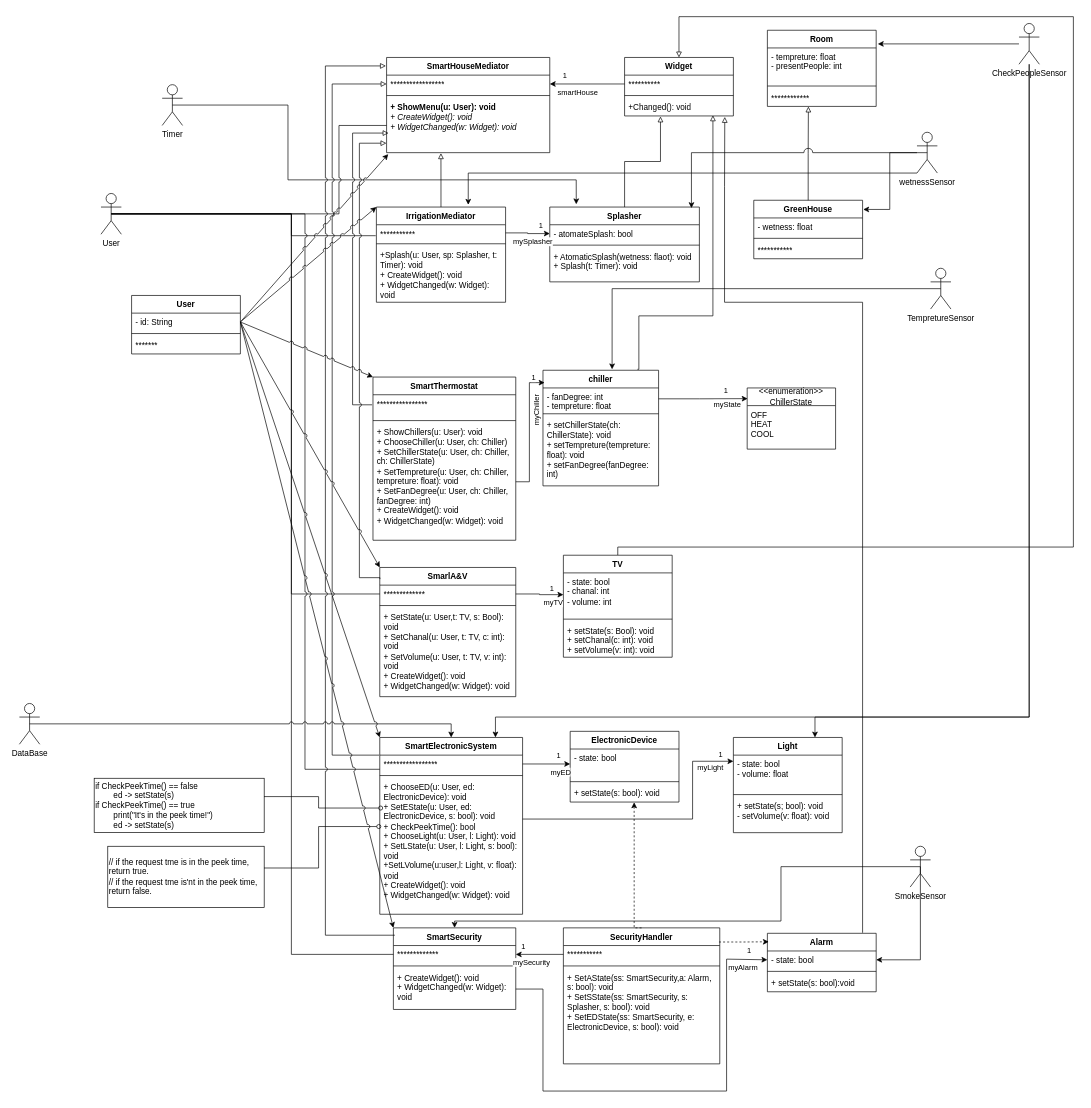
Earlier version of the draw.io diagram task1.drawio (fatemehhajihahsemi/fatemehhajihahsemi). Source tidied: cells renumbered, new cells numbered last; positions are measured from the earlier drawing's top-left corner, leaving out a move shared by most shapes. Both pictures are drawn from the tidied source at 68%, with x=0, y=0 at pixel (19, 16).
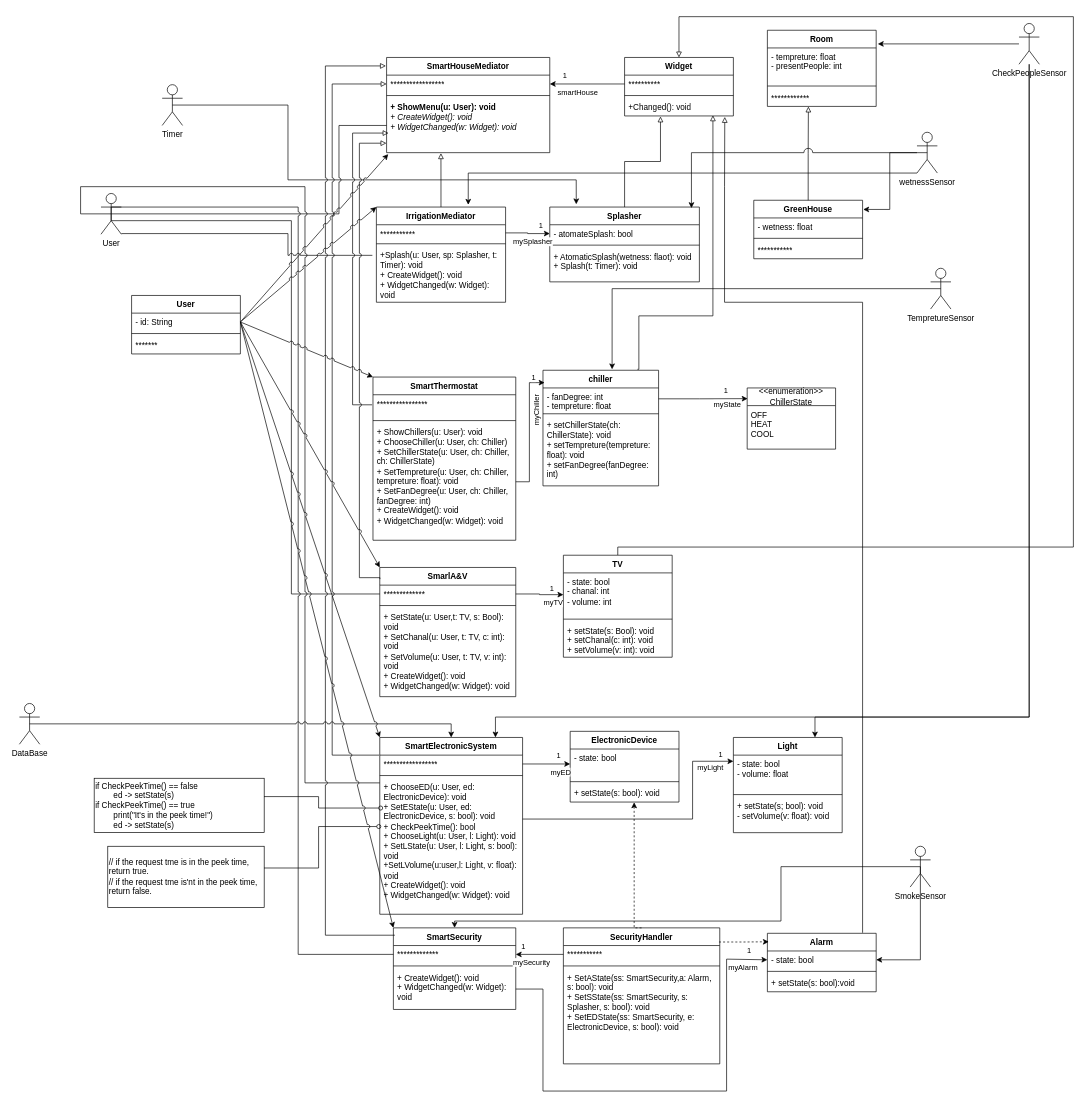
The same page after the edit.

The change refers to these unchanged cells:
```xml
<mxCell id="7" value="&lt;div&gt;***********&lt;/div&gt;" style="text;strokeColor=none;fillColor=none;align=left;verticalAlign=top;spacingLeft=4;spacingRight=4;overflow=hidden;points=[[0,0.5],[1,0.5]];portConstraint=eastwest;whiteSpace=wrap;html=1;" parent="6" vertex="1">
  <mxGeometry y="26" width="190" height="24" as="geometry" />
</mxCell>
<mxCell id="43" value="User" style="shape=umlActor;verticalLabelPosition=bottom;verticalAlign=top;html=1;" parent="1" vertex="1">
  <mxGeometry x="120" y="260" width="30" height="60" as="geometry" />
</mxCell>
<mxCell id="68" value="*************" style="text;strokeColor=none;fillColor=none;align=left;verticalAlign=top;spacingLeft=4;spacingRight=4;overflow=hidden;points=[[0,0.5],[1,0.5]];portConstraint=eastwest;whiteSpace=wrap;html=1;" parent="67" vertex="1">
  <mxGeometry y="26" width="200" height="26" as="geometry" />
</mxCell>
<mxCell id="80" value="SmartElectronicSystem" style="swimlane;fontStyle=1;align=center;verticalAlign=top;horizontal=1;startSize=26;whiteSpace=wrap;html=1;" parent="1" vertex="1">
  <mxGeometry x="530" y="1060" width="210" height="260" as="geometry" />
</mxCell>
<mxCell id="86" value="*************" style="text;strokeColor=none;fillColor=none;align=left;verticalAlign=top;spacingLeft=4;spacingRight=4;overflow=hidden;points=[[0,0.5],[1,0.5]];portConstraint=eastwest;whiteSpace=wrap;html=1;" parent="85" vertex="1">
  <mxGeometry y="26" width="180" height="26" as="geometry" />
</mxCell>
```

Diff of the diagram source:
```diff
@@
     <mxCell id="41" style="edgeStyle=orthogonalEdgeStyle;rounded=0;jettySize=auto;html=1;exitX=0.5;exitY=0.5;exitDx=0;exitDy=0;exitPerimeter=0;endArrow=none;startFill=0;jumpStyle=arc;" parent="1" edge="1" source="43" target="68">
       <mxGeometry relative="1" as="geometry">
         <Array as="points">
-          <mxPoint x="400" y="290" />
+          <mxPoint x="135" y="300" />
+          <mxPoint x="400" y="300" />
           <mxPoint x="400" y="849" />
         </Array>
       </mxGeometry>
     </mxCell>
     <mxCell id="42" style="edgeStyle=orthogonalEdgeStyle;rounded=0;jettySize=auto;html=1;exitX=0.5;exitY=0.5;exitDx=0;exitDy=0;exitPerimeter=0;entryX=0;entryY=0.5;entryDx=0;entryDy=0;endArrow=none;startFill=0;jumpStyle=arc;" parent="1" edge="1" source="43" target="86">
       <mxGeometry relative="1" as="geometry">
         <Array as="points">
-          <mxPoint x="400" y="290" />
-          <mxPoint x="400" y="1379" />
+          <mxPoint x="135" y="280" />
+          <mxPoint x="410" y="280" />
+          <mxPoint x="410" y="1379" />
         </Array>
       </mxGeometry>
     </mxCell>
@@
-    <mxCell id="44" style="edgeStyle=orthogonalEdgeStyle;rounded=0;jettySize=auto;html=1;entryX=-0.005;entryY=0.671;entryDx=0;entryDy=0;entryPerimeter=0;exitX=0.5;exitY=0.5;exitDx=0;exitDy=0;exitPerimeter=0;endArrow=none;startFill=0;jumpStyle=arc;" parent="1" edge="1" source="43" target="7">
+    <mxCell id="44" style="edgeStyle=orthogonalEdgeStyle;rounded=0;orthogonalLoop=1;jettySize=auto;html=1;entryX=-0.005;entryY=0.671;entryDx=0;entryDy=0;entryPerimeter=0;endArrow=none;startFill=0;jumpStyle=arc;" parent="1" edge="1">
       <mxGeometry relative="1" as="geometry">
+        <mxPoint x="150" y="319" as="sourcePoint" />
+        <mxPoint x="519.1" y="351" as="targetPoint" />
         <Array as="points">
-          <mxPoint x="400" y="290" />
-          <mxPoint x="400" y="322" />
+          <mxPoint x="395" y="318.9" />
+          <mxPoint x="395" y="350.9" />
         </Array>
       </mxGeometry>
     </mxCell>
@@
-    <mxCell id="50" style="edgeStyle=orthogonalEdgeStyle;rounded=0;jettySize=auto;html=1;exitX=0;exitY=0.18;exitDx=0;exitDy=0;exitPerimeter=0;entryX=0.5;entryY=0.5;entryDx=0;entryDy=0;entryPerimeter=0;endArrow=none;startFill=0;jumpStyle=arc;" parent="1" edge="1" source="80" target="43">
+    <mxCell id="50" style="edgeStyle=orthogonalEdgeStyle;rounded=0;jettySize=auto;html=1;exitX=0;exitY=0.18;exitDx=0;exitDy=0;exitPerimeter=0;entryX=0.5;entryY=0.5;entryDx=0;entryDy=0;entryPerimeter=0;endArrow=none;startFill=0;jumpStyle=arc;" parent="1" edge="1" target="43">
       <mxGeometry relative="1" as="geometry">
+        <mxPoint x="530" y="1126.8" as="sourcePoint" />
         <Array as="points">
-          <mxPoint x="420" y="1107" />
-          <mxPoint x="420" y="290" />
+          <mxPoint x="420" y="1127" />
+          <mxPoint x="420" y="250" />
+          <mxPoint x="90" y="250" />
+          <mxPoint x="90" y="290" />
         </Array>
       </mxGeometry>
     </mxCell>
```
